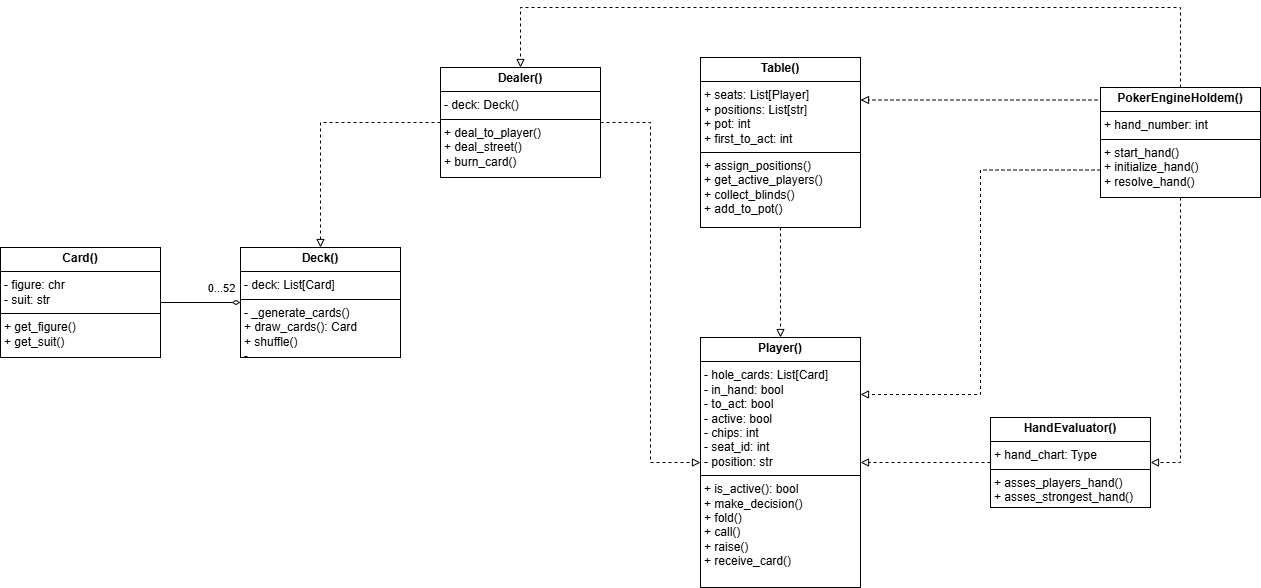
majkelowskiii/jack-of-all-trades keeps this draw.io diagram as docs/holdem_class_diagram.drawio.png. Above is the earlier version. Source tidied: cells renumbered, new cells last; positions are measured from the earlier drawing's top-left corner, leaving out a move shared by most shapes.
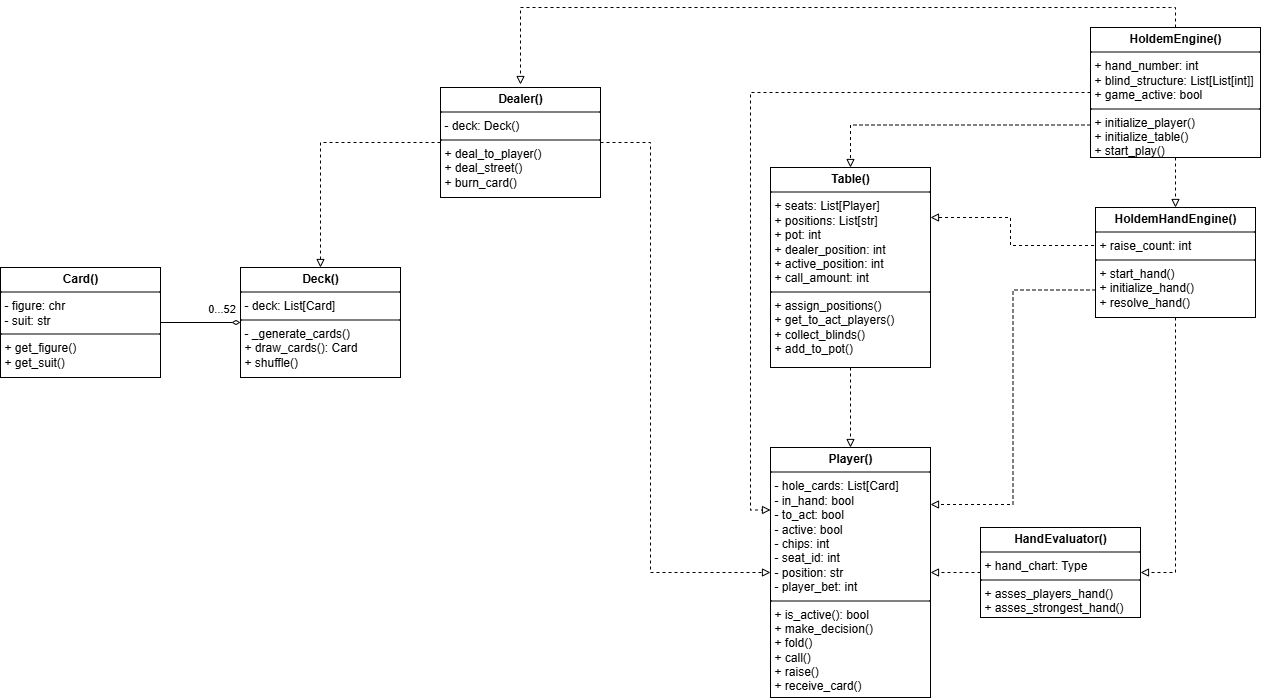
The same diagram one commit later.

Commit message:
Update holdem_class_diagram

Change to the diagram source:
```diff
@@ -20,7 +20,12 @@
       <mxGeometry relative="1" as="geometry" />
     </mxCell>
     <mxCell id="7" style="edgeStyle=orthogonalEdgeStyle;rounded=0;jettySize=auto;html=1;entryX=0;entryY=0.5;entryDx=0;entryDy=0;dashed=1;endArrow=block;endFill=0;" parent="1" edge="1" source="8" target="11">
-      <mxGeometry relative="1" as="geometry" />
+      <mxGeometry relative="1" as="geometry">
+        <Array as="points">
+          <mxPoint x="650" y="115" />
+          <mxPoint x="650" y="545" />
+        </Array>
+      </mxGeometry>
     </mxCell>
     <mxCell id="8" value="&lt;p style=&quot;margin:0px;margin-top:4px;text-align:center;&quot;&gt;&lt;b&gt;Dealer()&lt;/b&gt;&lt;/p&gt;&lt;hr size=&quot;1&quot; style=&quot;border-style:solid;&quot;&gt;&lt;p style=&quot;margin:0px;margin-left:4px;&quot;&gt;- deck: Deck()&lt;/p&gt;&lt;hr size=&quot;1&quot; style=&quot;border-style:solid;&quot;&gt;&lt;p style=&quot;margin:0px;margin-left:4px;&quot;&gt;&lt;span style=&quot;background-color: transparent; color: light-dark(rgb(0, 0, 0), rgb(255, 255, 255));&quot;&gt;+ deal_&lt;/span&gt;&lt;span style=&quot;background-color: transparent; color: light-dark(rgb(0, 0, 0), rgb(255, 255, 255));&quot;&gt;to_player()&lt;/span&gt;&lt;/p&gt;&lt;p style=&quot;margin:0px;margin-left:4px;&quot;&gt;&lt;span style=&quot;background-color: transparent; color: light-dark(rgb(0, 0, 0), rgb(255, 255, 255));&quot;&gt;+ deal_street()&lt;/span&gt;&lt;/p&gt;&lt;p style=&quot;margin:0px;margin-left:4px;&quot;&gt;+ burn_card()&lt;/p&gt;" style="verticalAlign=top;align=left;overflow=fill;html=1;whiteSpace=wrap;" parent="1" vertex="1">
       <mxGeometry x="440" y="60" width="160" height="110" as="geometry" />
@@ -28,41 +33,57 @@
     <mxCell id="9" style="edgeStyle=orthogonalEdgeStyle;rounded=0;jettySize=auto;html=1;entryX=0.5;entryY=0;entryDx=0;entryDy=0;dashed=1;endArrow=block;endFill=0;" parent="1" edge="1" source="10" target="11">
       <mxGeometry relative="1" as="geometry" />
     </mxCell>
-    <mxCell id="10" value="&lt;p style=&quot;margin:0px;margin-top:4px;text-align:center;&quot;&gt;&lt;b&gt;Table()&lt;/b&gt;&lt;/p&gt;&lt;hr size=&quot;1&quot; style=&quot;border-style:solid;&quot;&gt;&lt;p style=&quot;margin:0px;margin-left:4px;&quot;&gt;+ seats: List[Player]&lt;/p&gt;&lt;p style=&quot;margin:0px;margin-left:4px;&quot;&gt;+ positions: List[str]&lt;/p&gt;&lt;p style=&quot;margin:0px;margin-left:4px;&quot;&gt;+ pot: int&lt;/p&gt;&lt;p style=&quot;margin:0px;margin-left:4px;&quot;&gt;+ first_to_act: int&lt;/p&gt;&lt;hr size=&quot;1&quot; style=&quot;border-style:solid;&quot;&gt;&lt;p style=&quot;margin:0px;margin-left:4px;&quot;&gt;+ assign_positions()&lt;/p&gt;&lt;p style=&quot;margin:0px;margin-left:4px;&quot;&gt;+ get_active_players()&lt;/p&gt;&lt;p style=&quot;margin:0px;margin-left:4px;&quot;&gt;+ collect_blinds()&lt;/p&gt;&lt;p style=&quot;margin:0px;margin-left:4px;&quot;&gt;+ add_to_pot()&lt;/p&gt;" style="verticalAlign=top;align=left;overflow=fill;html=1;whiteSpace=wrap;" parent="1" vertex="1">
-      <mxGeometry x="700" y="50" width="160" height="170" as="geometry" />
+    <mxCell id="10" value="&lt;p style=&quot;margin:0px;margin-top:4px;text-align:center;&quot;&gt;&lt;b&gt;Table()&lt;/b&gt;&lt;/p&gt;&lt;hr size=&quot;1&quot; style=&quot;border-style:solid;&quot;&gt;&lt;p style=&quot;margin:0px;margin-left:4px;&quot;&gt;+ seats: List[Player]&lt;/p&gt;&lt;p style=&quot;margin:0px;margin-left:4px;&quot;&gt;+ positions: List[str]&lt;/p&gt;&lt;p style=&quot;margin:0px;margin-left:4px;&quot;&gt;+ pot: int&lt;/p&gt;&lt;p style=&quot;margin:0px;margin-left:4px;&quot;&gt;+ dealer_position: int&lt;/p&gt;&lt;p style=&quot;margin:0px;margin-left:4px;&quot;&gt;+ active_position: int&lt;br&gt;+ call_amount: int&lt;/p&gt;&lt;hr size=&quot;1&quot; style=&quot;border-style:solid;&quot;&gt;&lt;p style=&quot;margin:0px;margin-left:4px;&quot;&gt;+ assign_positions()&lt;/p&gt;&lt;p style=&quot;margin:0px;margin-left:4px;&quot;&gt;+ get_to_act_players()&lt;/p&gt;&lt;p style=&quot;margin:0px;margin-left:4px;&quot;&gt;+ collect_blinds()&lt;/p&gt;&lt;p style=&quot;margin:0px;margin-left:4px;&quot;&gt;+ add_to_pot()&lt;/p&gt;" style="verticalAlign=top;align=left;overflow=fill;html=1;whiteSpace=wrap;" parent="1" vertex="1">
+      <mxGeometry x="770" y="140" width="160" height="200" as="geometry" />
     </mxCell>
-    <mxCell id="11" value="&lt;p style=&quot;margin:0px;margin-top:4px;text-align:center;&quot;&gt;&lt;b&gt;Player()&lt;/b&gt;&lt;/p&gt;&lt;hr size=&quot;1&quot; style=&quot;border-style:solid;&quot;&gt;&lt;p style=&quot;margin:0px;margin-left:4px;&quot;&gt;- hole_cards: List[Card]&lt;/p&gt;&lt;p style=&quot;margin:0px;margin-left:4px;&quot;&gt;- in_hand: bool&lt;/p&gt;&lt;p style=&quot;margin:0px;margin-left:4px;&quot;&gt;- to_act: bool&lt;/p&gt;&lt;p style=&quot;margin:0px;margin-left:4px;&quot;&gt;- active: bool&lt;/p&gt;&lt;p style=&quot;margin:0px;margin-left:4px;&quot;&gt;- chips: int&lt;/p&gt;&lt;p style=&quot;margin:0px;margin-left:4px;&quot;&gt;- seat_id: int&lt;/p&gt;&lt;p style=&quot;margin:0px;margin-left:4px;&quot;&gt;- position: str&lt;/p&gt;&lt;hr size=&quot;1&quot; style=&quot;border-style:solid;&quot;&gt;&lt;p style=&quot;margin:0px;margin-left:4px;&quot;&gt;&lt;span style=&quot;background-color: transparent; color: light-dark(rgb(0, 0, 0), rgb(255, 255, 255));&quot;&gt;+ is_active(): bool&lt;/span&gt;&lt;/p&gt;&lt;p style=&quot;margin:0px;margin-left:4px;&quot;&gt;&lt;span style=&quot;background-color: transparent; color: light-dark(rgb(0, 0, 0), rgb(255, 255, 255));&quot;&gt;+ make_decision()&lt;/span&gt;&lt;/p&gt;&lt;p style=&quot;margin:0px;margin-left:4px;&quot;&gt;&lt;span style=&quot;background-color: transparent; color: light-dark(rgb(0, 0, 0), rgb(255, 255, 255));&quot;&gt;+ fold()&lt;/span&gt;&lt;/p&gt;&lt;p style=&quot;margin:0px;margin-left:4px;&quot;&gt;&lt;span style=&quot;background-color: transparent; color: light-dark(rgb(0, 0, 0), rgb(255, 255, 255));&quot;&gt;+ call()&lt;/span&gt;&lt;/p&gt;&lt;p style=&quot;margin:0px;margin-left:4px;&quot;&gt;&lt;span style=&quot;background-color: transparent; color: light-dark(rgb(0, 0, 0), rgb(255, 255, 255));&quot;&gt;+ raise()&lt;/span&gt;&lt;/p&gt;&lt;p style=&quot;margin:0px;margin-left:4px;&quot;&gt;+ receive_card()&lt;/p&gt;" style="verticalAlign=top;align=left;overflow=fill;html=1;whiteSpace=wrap;" parent="1" vertex="1">
-      <mxGeometry x="700" y="330" width="160" height="250" as="geometry" />
+    <mxCell id="11" value="&lt;p style=&quot;margin:0px;margin-top:4px;text-align:center;&quot;&gt;&lt;b&gt;Player()&lt;/b&gt;&lt;/p&gt;&lt;hr size=&quot;1&quot; style=&quot;border-style:solid;&quot;&gt;&lt;p style=&quot;margin:0px;margin-left:4px;&quot;&gt;- hole_cards: List[Card]&lt;/p&gt;&lt;p style=&quot;margin:0px;margin-left:4px;&quot;&gt;- in_hand: bool&lt;/p&gt;&lt;p style=&quot;margin:0px;margin-left:4px;&quot;&gt;- to_act: bool&lt;/p&gt;&lt;p style=&quot;margin:0px;margin-left:4px;&quot;&gt;- active: bool&lt;/p&gt;&lt;p style=&quot;margin:0px;margin-left:4px;&quot;&gt;- chips: int&lt;/p&gt;&lt;p style=&quot;margin:0px;margin-left:4px;&quot;&gt;- seat_id: int&lt;/p&gt;&lt;p style=&quot;margin:0px;margin-left:4px;&quot;&gt;- position: str&lt;/p&gt;&lt;p style=&quot;margin:0px;margin-left:4px;&quot;&gt;- player_bet: int&lt;/p&gt;&lt;hr size=&quot;1&quot; style=&quot;border-style:solid;&quot;&gt;&lt;p style=&quot;margin:0px;margin-left:4px;&quot;&gt;&lt;span style=&quot;background-color: transparent; color: light-dark(rgb(0, 0, 0), rgb(255, 255, 255));&quot;&gt;+ is_active(): bool&lt;/span&gt;&lt;/p&gt;&lt;p style=&quot;margin:0px;margin-left:4px;&quot;&gt;&lt;span style=&quot;background-color: transparent; color: light-dark(rgb(0, 0, 0), rgb(255, 255, 255));&quot;&gt;+ make_decision()&lt;/span&gt;&lt;/p&gt;&lt;p style=&quot;margin:0px;margin-left:4px;&quot;&gt;&lt;span style=&quot;background-color: transparent; color: light-dark(rgb(0, 0, 0), rgb(255, 255, 255));&quot;&gt;+ fold()&lt;/span&gt;&lt;/p&gt;&lt;p style=&quot;margin:0px;margin-left:4px;&quot;&gt;&lt;span style=&quot;background-color: transparent; color: light-dark(rgb(0, 0, 0), rgb(255, 255, 255));&quot;&gt;+ call()&lt;/span&gt;&lt;/p&gt;&lt;p style=&quot;margin:0px;margin-left:4px;&quot;&gt;&lt;span style=&quot;background-color: transparent; color: light-dark(rgb(0, 0, 0), rgb(255, 255, 255));&quot;&gt;+ raise()&lt;/span&gt;&lt;/p&gt;&lt;p style=&quot;margin:0px;margin-left:4px;&quot;&gt;+ receive_card()&lt;/p&gt;" style="verticalAlign=top;align=left;overflow=fill;html=1;whiteSpace=wrap;" parent="1" vertex="1">
+      <mxGeometry x="770" y="420" width="160" height="250" as="geometry" />
     </mxCell>
     <mxCell id="12" style="edgeStyle=orthogonalEdgeStyle;rounded=0;jettySize=auto;html=1;entryX=1;entryY=0.5;entryDx=0;entryDy=0;endArrow=block;endFill=0;dashed=1;" parent="1" edge="1" source="14" target="16">
       <mxGeometry relative="1" as="geometry" />
     </mxCell>
-    <mxCell id="13" style="edgeStyle=orthogonalEdgeStyle;rounded=0;jettySize=auto;html=1;entryX=0.5;entryY=0;entryDx=0;entryDy=0;dashed=1;endArrow=block;endFill=0;" parent="1" edge="1" source="14" target="8">
+    <mxCell id="13" style="edgeStyle=orthogonalEdgeStyle;rounded=0;jettySize=auto;html=1;dashed=1;endArrow=block;endFill=0;exitX=0.5;exitY=0;exitDx=0;exitDy=0;" parent="1" edge="1" source="22">
       <mxGeometry relative="1" as="geometry">
+        <mxPoint x="520" y="57" as="targetPoint" />
         <Array as="points">
-          <mxPoint x="1180" />
-          <mxPoint x="520" />
+          <mxPoint x="1170" y="-20" />
+          <mxPoint x="520" y="-20" />
+          <mxPoint x="520" y="57" />
         </Array>
       </mxGeometry>
     </mxCell>
-    <mxCell id="14" value="&lt;p style=&quot;margin:0px;margin-top:4px;text-align:center;&quot;&gt;&lt;b&gt;PokerEngineHoldem()&lt;/b&gt;&lt;/p&gt;&lt;hr size=&quot;1&quot; style=&quot;border-style:solid;&quot;&gt;&lt;p style=&quot;margin:0px;margin-left:4px;&quot;&gt;+ hand_number: int&lt;/p&gt;&lt;hr size=&quot;1&quot; style=&quot;border-style:solid;&quot;&gt;&lt;p style=&quot;margin:0px;margin-left:4px;&quot;&gt;+ start_hand()&lt;/p&gt;&lt;p style=&quot;margin:0px;margin-left:4px;&quot;&gt;+ initialize_hand()&lt;/p&gt;&lt;p style=&quot;margin:0px;margin-left:4px;&quot;&gt;+ resolve_hand()&lt;/p&gt;" style="verticalAlign=top;align=left;overflow=fill;html=1;whiteSpace=wrap;" parent="1" vertex="1">
-      <mxGeometry x="1100" y="80" width="160" height="110" as="geometry" />
+    <mxCell id="14" value="&lt;p style=&quot;margin:0px;margin-top:4px;text-align:center;&quot;&gt;&lt;b&gt;HoldemHandEngine()&lt;/b&gt;&lt;/p&gt;&lt;hr size=&quot;1&quot; style=&quot;border-style:solid;&quot;&gt;&lt;p style=&quot;margin:0px;margin-left:4px;&quot;&gt;+ raise_count: int&lt;/p&gt;&lt;hr size=&quot;1&quot; style=&quot;border-style:solid;&quot;&gt;&lt;p style=&quot;margin:0px;margin-left:4px;&quot;&gt;+ start_hand()&lt;/p&gt;&lt;p style=&quot;margin:0px;margin-left:4px;&quot;&gt;+ initialize_hand()&lt;/p&gt;&lt;p style=&quot;margin:0px;margin-left:4px;&quot;&gt;+ resolve_hand()&lt;/p&gt;" style="verticalAlign=top;align=left;overflow=fill;html=1;whiteSpace=wrap;" parent="1" vertex="1">
+      <mxGeometry x="1095" y="180" width="160" height="110" as="geometry" />
     </mxCell>
     <mxCell id="15" style="edgeStyle=orthogonalEdgeStyle;rounded=0;jettySize=auto;html=1;dashed=1;endArrow=block;endFill=0;" parent="1" edge="1" source="16" target="11">
       <mxGeometry relative="1" as="geometry" />
     </mxCell>
     <mxCell id="16" value="&lt;p style=&quot;margin:0px;margin-top:4px;text-align:center;&quot;&gt;&lt;b&gt;HandEvaluator()&lt;/b&gt;&lt;/p&gt;&lt;hr size=&quot;1&quot; style=&quot;border-style:solid;&quot;&gt;&lt;p style=&quot;margin:0px;margin-left:4px;&quot;&gt;+ hand_chart: Type&lt;/p&gt;&lt;hr size=&quot;1&quot; style=&quot;border-style:solid;&quot;&gt;&lt;p style=&quot;margin:0px;margin-left:4px;&quot;&gt;+ asses_players_hand()&lt;/p&gt;&lt;p style=&quot;margin:0px;margin-left:4px;&quot;&gt;+ asses_strongest_hand()&lt;/p&gt;" style="verticalAlign=top;align=left;overflow=fill;html=1;whiteSpace=wrap;" parent="1" vertex="1">
-      <mxGeometry x="990" y="410" width="160" height="90" as="geometry" />
+      <mxGeometry x="980" y="500" width="160" height="90" as="geometry" />
     </mxCell>
     <mxCell id="17" style="edgeStyle=orthogonalEdgeStyle;rounded=0;jettySize=auto;html=1;exitX=0;exitY=0.25;exitDx=0;exitDy=0;entryX=1;entryY=0.25;entryDx=0;entryDy=0;endArrow=block;endFill=0;dashed=1;" parent="1" edge="1" source="14" target="10">
       <mxGeometry relative="1" as="geometry">
         <Array as="points">
-          <mxPoint x="1100" y="93" />
+          <mxPoint x="1095" y="218" />
+          <mxPoint x="1010" y="218" />
+          <mxPoint x="1010" y="190" />
         </Array>
       </mxGeometry>
     </mxCell>
     <mxCell id="18" style="edgeStyle=orthogonalEdgeStyle;rounded=0;jettySize=auto;html=1;exitX=0;exitY=0.75;exitDx=0;exitDy=0;entryX=1;entryY=0.228;entryDx=0;entryDy=0;entryPerimeter=0;endArrow=block;endFill=0;dashed=1;" parent="1" edge="1" source="14" target="11">
       <mxGeometry relative="1" as="geometry" />
     </mxCell>
+    <mxCell id="19" style="edgeStyle=orthogonalEdgeStyle;rounded=0;jettySize=auto;html=1;dashed=1;endArrow=block;endFill=0;" parent="1" edge="1" source="22" target="14">
+      <mxGeometry relative="1" as="geometry" />
+    </mxCell>
+    <mxCell id="20" style="edgeStyle=orthogonalEdgeStyle;rounded=0;jettySize=auto;html=1;entryX=0;entryY=0.25;entryDx=0;entryDy=0;dashed=1;endArrow=block;endFill=0;" parent="1" edge="1" source="22" target="11">
+      <mxGeometry relative="1" as="geometry" />
+    </mxCell>
+    <mxCell id="21" style="edgeStyle=orthogonalEdgeStyle;rounded=0;jettySize=auto;html=1;exitX=0;exitY=0.75;exitDx=0;exitDy=0;entryX=0.5;entryY=0;entryDx=0;entryDy=0;dashed=1;endArrow=block;endFill=0;" parent="1" edge="1" source="22" target="10">
+      <mxGeometry relative="1" as="geometry" />
+    </mxCell>
+    <mxCell id="22" value="&lt;p style=&quot;margin:0px;margin-top:4px;text-align:center;&quot;&gt;&lt;b&gt;HoldemEngine()&lt;/b&gt;&lt;/p&gt;&lt;hr size=&quot;1&quot; style=&quot;border-style:solid;&quot;&gt;&lt;p style=&quot;margin:0px;margin-left:4px;&quot;&gt;+ hand_number: int&lt;/p&gt;&lt;p style=&quot;margin:0px;margin-left:4px;&quot;&gt;+ blind_structure: List[List[int]]&lt;/p&gt;&lt;p style=&quot;margin:0px;margin-left:4px;&quot;&gt;+ game_active: bool&lt;/p&gt;&lt;hr size=&quot;1&quot; style=&quot;border-style:solid;&quot;&gt;&lt;p style=&quot;margin:0px;margin-left:4px;&quot;&gt;+ initialize_player()&lt;/p&gt;&lt;p style=&quot;margin:0px;margin-left:4px;&quot;&gt;+ initialize_table()&lt;/p&gt;&lt;p style=&quot;margin:0px;margin-left:4px;&quot;&gt;+ start_play()&lt;/p&gt;" style="verticalAlign=top;align=left;overflow=fill;html=1;whiteSpace=wrap;" parent="1" vertex="1">
+      <mxGeometry x="1090" width="170" height="130" as="geometry" />
+    </mxCell>
   </root>
 </mxGraphModel>
```
